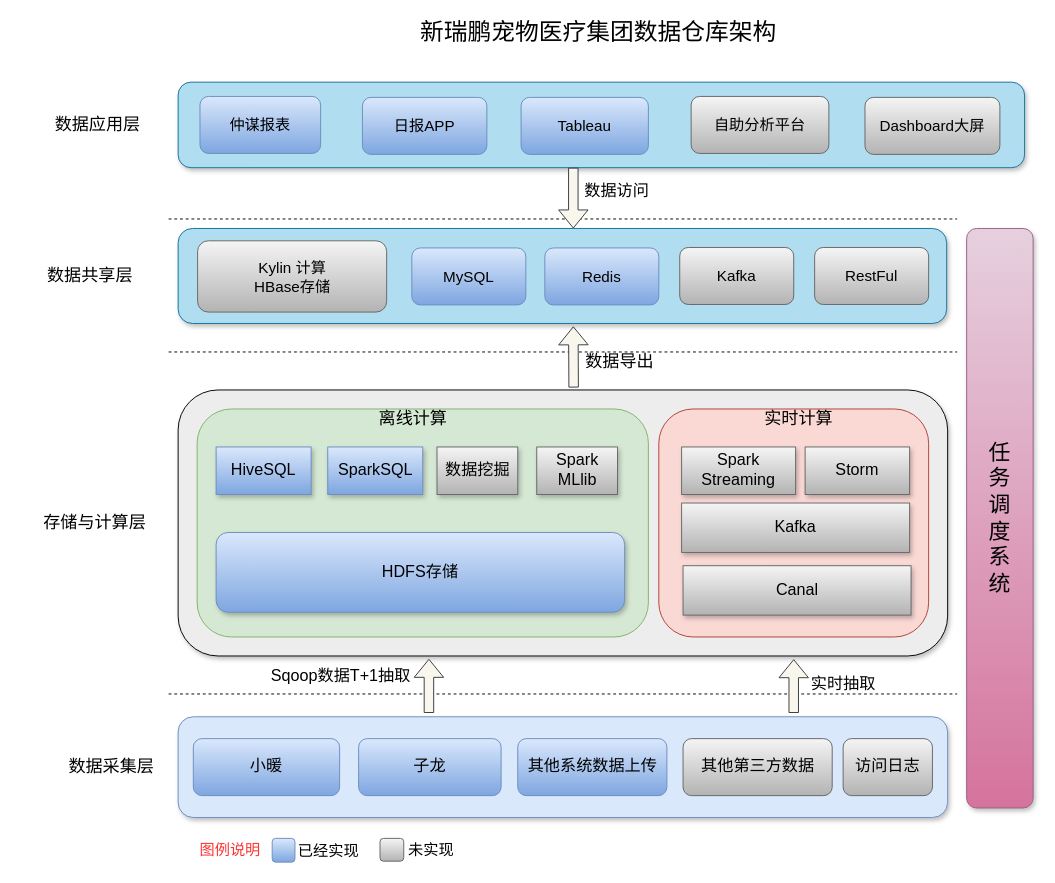
Earlier version of the draw.io diagram pet_data_warehouse/未命名表单.drawio (fangzheng0518/draw). Source tidied: cells renumbered, new cells numbered last; positions are measured from the earlier drawing's top-left corner, leaving out a move shared by most shapes. Both pictures are drawn from the tidied source at 95%, with x=0, y=0 at pixel (16, 21).
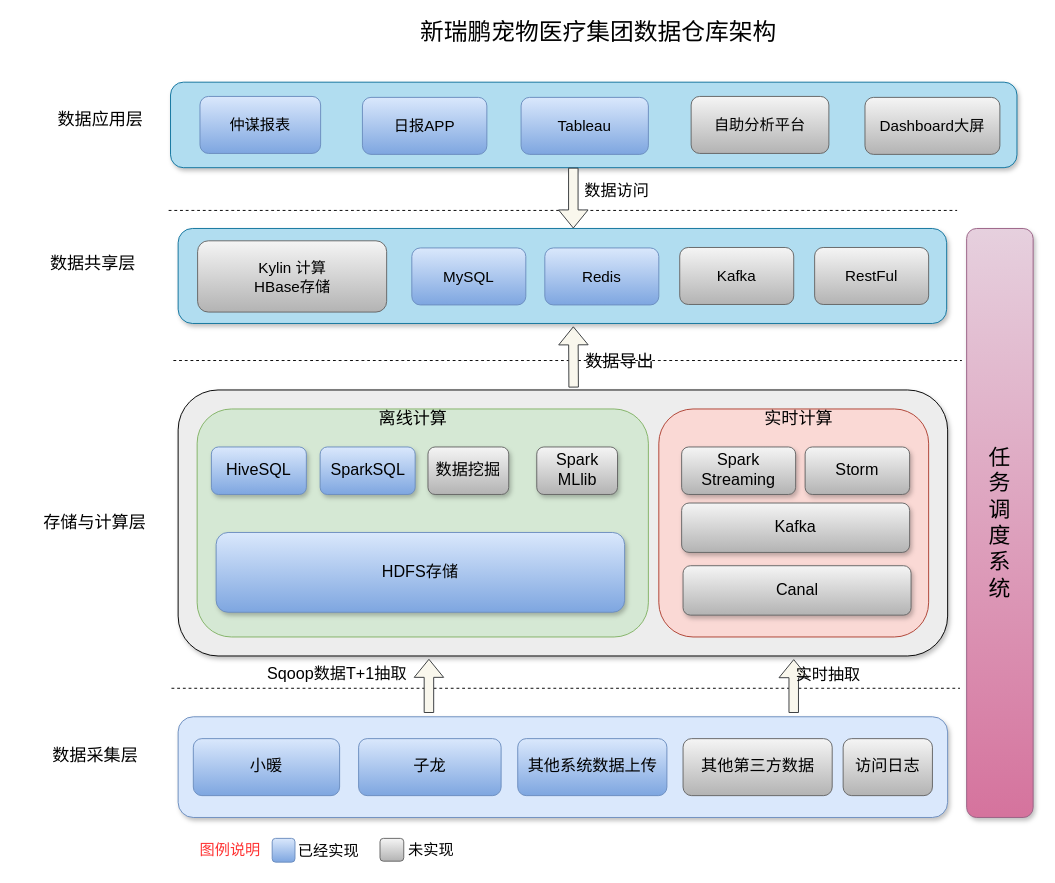
The same page after the edit.

Commit message:
更新未命名表单.drawio

What changed in the source:
```diff
@@
     <mxCell id="4" value="&lt;font style=&quot;font-size: 18px&quot;&gt;数据采集层&lt;/font&gt;" style="text;html=1;strokeColor=none;fillColor=none;align=center;verticalAlign=middle;whiteSpace=wrap;rounded=0;" parent="1" vertex="1">
-      <mxGeometry x="50" y="775" width="100" height="20" as="geometry" />
+      <mxGeometry x="33" y="763" width="100" height="20" as="geometry" />
     </mxCell>
     <mxCell id="5" style="endArrow=none;dashed=1;html=1;" parent="1" edge="1">
       <mxGeometry relative="1" as="geometry">
-        <mxPoint x="160" y="708" as="sourcePoint" />
-        <mxPoint x="990" y="708" as="targetPoint" />
+        <mxPoint x="163" y="702" as="sourcePoint" />
+        <mxPoint x="993" y="702" as="targetPoint" />
       </mxGeometry>
     </mxCell>
@@
     <mxCell id="11" style="endArrow=none;dashed=1;html=1;" parent="1" edge="1">
       <mxGeometry relative="1" as="geometry">
-        <mxPoint x="160" y="348" as="sourcePoint" />
-        <mxPoint x="990" y="348" as="targetPoint" />
+        <mxPoint x="165" y="357" as="sourcePoint" />
+        <mxPoint x="995" y="357" as="targetPoint" />
       </mxGeometry>
     </mxCell>
@@
     <mxCell id="15" style="rounded=1;whiteSpace=wrap;html=1;fillColor=#b1ddf0;strokeColor=#10739e;shadow=1;" parent="1" vertex="1">
-      <mxGeometry x="170" y="64" width="891" height="90" as="geometry" />
+      <mxGeometry x="162" y="64" width="891" height="90" as="geometry" />
     </mxCell>
     <mxCell id="16" value="&lt;font style=&quot;font-size: 18px&quot;&gt;数据应用层&lt;/font&gt;" style="text;html=1;strokeColor=none;fillColor=none;align=center;verticalAlign=middle;whiteSpace=wrap;rounded=0;" parent="1" vertex="1">
-      <mxGeometry x="8" y="99" width="155" height="20" as="geometry" />
+      <mxGeometry x="11" y="94" width="155" height="20" as="geometry" />
     </mxCell>
@@
     <mxCell id="22" value="&lt;font style=&quot;font-size: 17px&quot;&gt;Sqoop数据T+1抽取&lt;/font&gt;" style="text;html=1;strokeColor=none;fillColor=none;align=center;verticalAlign=middle;whiteSpace=wrap;rounded=0;glass=1;" parent="1" vertex="1">
-      <mxGeometry x="260" y="680" width="163" height="20" as="geometry" />
+      <mxGeometry x="256" y="678" width="163" height="20" as="geometry" />
     </mxCell>
     <mxCell id="23" value="&lt;font style=&quot;font-size: 23px&quot;&gt;任&lt;br&gt;务&lt;br&gt;调&lt;br&gt;度&lt;br&gt;系&lt;br&gt;统&lt;/font&gt;" style="rounded=1;whiteSpace=wrap;html=1;glass=0;fillColor=#e6d0de;gradientColor=#d5739d;strokeColor=#996185;shadow=1;" parent="1" vertex="1">
-      <mxGeometry x="1000" y="218" width="70" height="610" as="geometry" />
+      <mxGeometry x="1000" y="218" width="70" height="620" as="geometry" />
     </mxCell>
-    <mxCell id="24" value="&lt;font style=&quot;font-size: 17px&quot;&gt;HiveSQL&lt;/font&gt;" style="rounded=0;whiteSpace=wrap;html=1;shadow=1;glass=0;fillColor=#dae8fc;gradientColor=#7ea6e0;strokeColor=#6c8ebf;" parent="1" vertex="1">
-      <mxGeometry x="210" y="448" width="100" height="50" as="geometry" />
+    <mxCell id="24" value="&lt;font style=&quot;font-size: 17px&quot;&gt;HiveSQL&lt;/font&gt;" style="rounded=1;whiteSpace=wrap;html=1;shadow=1;glass=0;fillColor=#dae8fc;gradientColor=#7ea6e0;strokeColor=#6c8ebf;" parent="1" vertex="1">
+      <mxGeometry x="205" y="448" width="100" height="50" as="geometry" />
     </mxCell>
@@
-    <mxCell id="26" value="&lt;font style=&quot;font-size: 17px&quot;&gt;SparkSQL&lt;/font&gt;" style="rounded=0;whiteSpace=wrap;html=1;shadow=1;glass=0;fillColor=#dae8fc;gradientColor=#7ea6e0;strokeColor=#6c8ebf;" parent="1" vertex="1">
-      <mxGeometry x="327.5" y="448" width="100" height="50" as="geometry" />
+    <mxCell id="26" value="&lt;font style=&quot;font-size: 17px&quot;&gt;SparkSQL&lt;/font&gt;" style="rounded=1;whiteSpace=wrap;html=1;shadow=1;glass=0;fillColor=#dae8fc;gradientColor=#7ea6e0;strokeColor=#6c8ebf;" parent="1" vertex="1">
+      <mxGeometry x="319.5" y="448" width="100" height="50" as="geometry" />
     </mxCell>
@@
-    <mxCell id="28" value="&lt;font style=&quot;font-size: 17px&quot;&gt;数据挖掘&lt;/font&gt;" style="rounded=0;whiteSpace=wrap;html=1;shadow=1;glass=0;fillColor=#f5f5f5;gradientColor=#b3b3b3;strokeColor=#666666;" parent="1" vertex="1">
-      <mxGeometry x="442.5" y="448" width="85" height="50" as="geometry" />
+    <mxCell id="28" value="&lt;font style=&quot;font-size: 17px&quot;&gt;数据挖掘&lt;/font&gt;" style="rounded=1;whiteSpace=wrap;html=1;shadow=1;glass=0;fillColor=#f5f5f5;gradientColor=#b3b3b3;strokeColor=#666666;" parent="1" vertex="1">
+      <mxGeometry x="433" y="448" width="85" height="50" as="geometry" />
     </mxCell>
-    <mxCell id="29" value="&lt;font style=&quot;font-size: 17px&quot;&gt;Spark&lt;br&gt;MLlib&lt;/font&gt;" style="rounded=0;whiteSpace=wrap;html=1;shadow=1;glass=0;fillColor=#f5f5f5;gradientColor=#b3b3b3;strokeColor=#666666;" parent="1" vertex="1">
+    <mxCell id="29" value="&lt;font style=&quot;font-size: 17px&quot;&gt;Spark&lt;br&gt;MLlib&lt;/font&gt;" style="rounded=1;whiteSpace=wrap;html=1;shadow=1;glass=0;fillColor=#f5f5f5;gradientColor=#b3b3b3;strokeColor=#666666;" parent="1" vertex="1">
       <mxGeometry x="547.5" y="448" width="85" height="50" as="geometry" />
     </mxCell>
-    <mxCell id="30" value="&lt;font style=&quot;font-size: 17px&quot;&gt;Spark&lt;br&gt;Streaming&lt;br&gt;&lt;/font&gt;" style="rounded=0;whiteSpace=wrap;html=1;shadow=1;glass=0;fillColor=#f5f5f5;gradientColor=#b3b3b3;strokeColor=#666666;" parent="1" vertex="1">
+    <mxCell id="30" value="&lt;font style=&quot;font-size: 17px&quot;&gt;Spark&lt;br&gt;Streaming&lt;br&gt;&lt;/font&gt;" style="rounded=1;whiteSpace=wrap;html=1;shadow=1;glass=0;fillColor=#f5f5f5;gradientColor=#b3b3b3;strokeColor=#666666;" parent="1" vertex="1">
       <mxGeometry x="700" y="448" width="120" height="50" as="geometry" />
     </mxCell>
-    <mxCell id="31" value="&lt;font style=&quot;font-size: 17px&quot;&gt;Kafka&lt;br&gt;&lt;/font&gt;" style="rounded=0;whiteSpace=wrap;html=1;shadow=1;glass=0;fillColor=#f5f5f5;gradientColor=#b3b3b3;strokeColor=#666666;" parent="1" vertex="1">
+    <mxCell id="31" value="&lt;font style=&quot;font-size: 17px&quot;&gt;Kafka&lt;br&gt;&lt;/font&gt;" style="rounded=1;whiteSpace=wrap;html=1;shadow=1;glass=0;fillColor=#f5f5f5;gradientColor=#b3b3b3;strokeColor=#666666;" parent="1" vertex="1">
       <mxGeometry x="700" y="507" width="240" height="52" as="geometry" />
     </mxCell>
-    <mxCell id="32" value="&lt;font style=&quot;font-size: 17px&quot;&gt;Storm&lt;br&gt;&lt;/font&gt;" style="rounded=0;whiteSpace=wrap;html=1;shadow=1;glass=0;fillColor=#f5f5f5;gradientColor=#b3b3b3;strokeColor=#666666;" parent="1" vertex="1">
+    <mxCell id="32" value="&lt;font style=&quot;font-size: 17px&quot;&gt;Storm&lt;br&gt;&lt;/font&gt;" style="rounded=1;whiteSpace=wrap;html=1;shadow=1;glass=0;fillColor=#f5f5f5;gradientColor=#b3b3b3;strokeColor=#666666;" parent="1" vertex="1">
       <mxGeometry x="830" y="448" width="110" height="50" as="geometry" />
     </mxCell>
@@
-    <mxCell id="35" value="&lt;font style=&quot;font-size: 17px&quot;&gt;Canal&lt;br&gt;&lt;/font&gt;" style="rounded=0;whiteSpace=wrap;html=1;shadow=1;glass=0;fillColor=#f5f5f5;gradientColor=#b3b3b3;strokeColor=#666666;" parent="1" vertex="1">
+    <mxCell id="35" value="&lt;font style=&quot;font-size: 17px&quot;&gt;Canal&lt;br&gt;&lt;/font&gt;" style="rounded=1;whiteSpace=wrap;html=1;shadow=1;glass=0;fillColor=#f5f5f5;gradientColor=#b3b3b3;strokeColor=#666666;" parent="1" vertex="1">
       <mxGeometry x="701.5" y="573" width="240" height="52" as="geometry" />
     </mxCell>
@@
     <mxCell id="38" value="&lt;font style=&quot;font-size: 17px&quot;&gt;实时抽取&lt;/font&gt;" style="text;html=1;strokeColor=none;fillColor=none;align=center;verticalAlign=middle;whiteSpace=wrap;rounded=0;glass=1;" parent="1" vertex="1">
-      <mxGeometry x="823.5" y="688" width="93" height="20" as="geometry" />
+      <mxGeometry x="807.5" y="679" width="93" height="20" as="geometry" />
     </mxCell>
@@
     <mxCell id="44" value="&lt;font style=&quot;font-size: 18px&quot;&gt;数据共享层&lt;/font&gt;" style="text;html=1;strokeColor=none;fillColor=none;align=center;verticalAlign=middle;whiteSpace=wrap;rounded=0;" parent="1" vertex="1">
-      <mxGeometry y="258" width="155" height="20" as="geometry" />
+      <mxGeometry x="29" y="244.5" width="103" height="20" as="geometry" />
     </mxCell>
@@
     <mxCell id="47" style="endArrow=none;dashed=1;html=1;" parent="1" edge="1">
       <mxGeometry relative="1" as="geometry">
-        <mxPoint x="160" y="208" as="sourcePoint" />
-        <mxPoint x="990" y="208" as="targetPoint" />
+        <mxPoint x="160" y="199" as="sourcePoint" />
+        <mxPoint x="990" y="199" as="targetPoint" />
       </mxGeometry>
     </mxCell>
```
